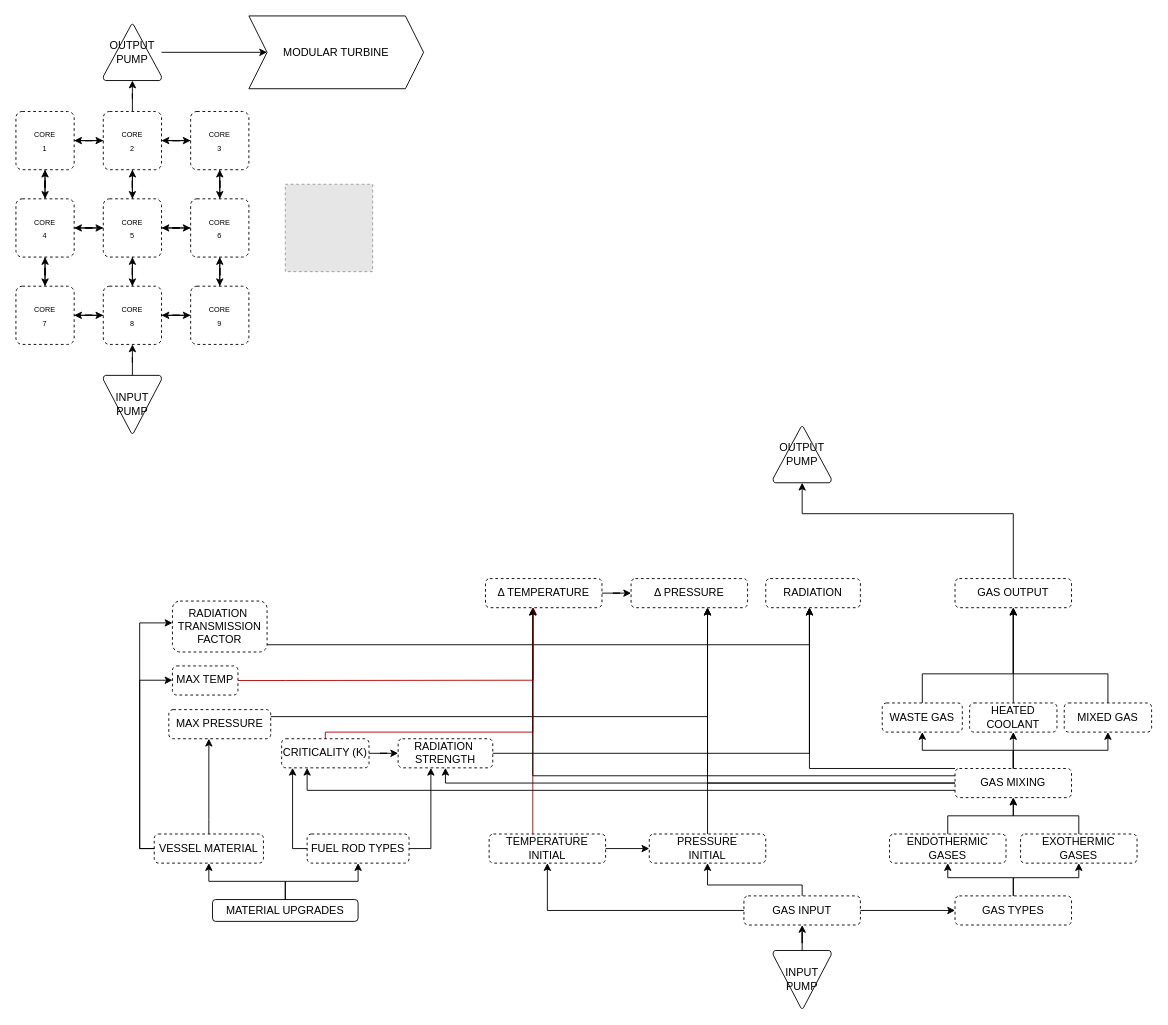
The draw.io diagram page "Page-1" (2 of 2) of Modular_Reactor_Planning.drawio in DoctorSquishy/SS13_Modular_Reactor, before the edit. Source tidied: cells renumbered, new cells numbered last; positions are measured from the earlier drawing's top-left corner, leaving out a move shared by most shapes. Both pictures are drawn from the tidied source at 91%, with x=0, y=0 at pixel (15, 15). Pictures stored in the file or linked from it are replaced by grey dashed boxes.
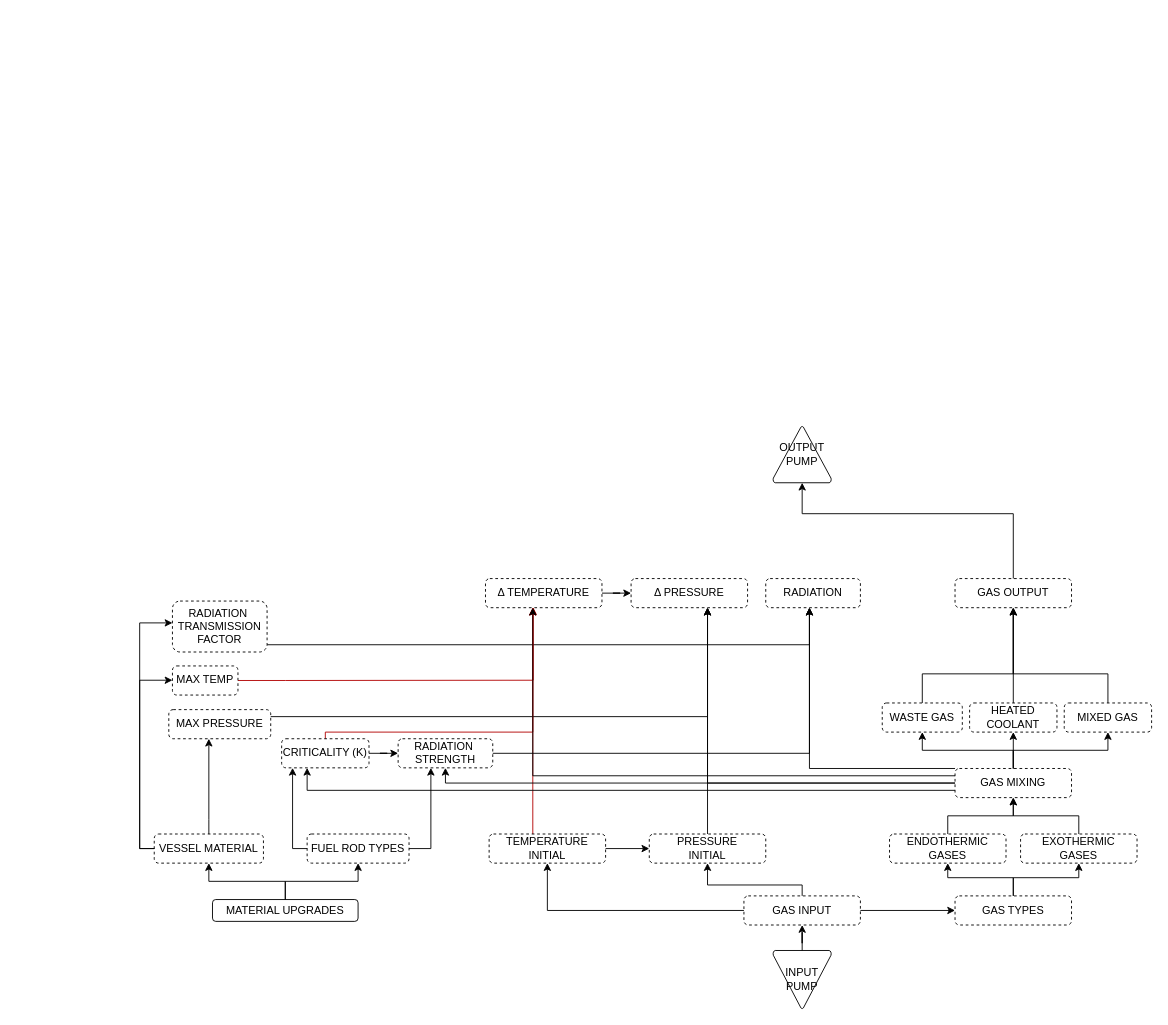
Above is the later version.

Diff of the diagram source:
```diff
@@
-    <mxCell id="2" style="fillColor=#E6E6E6;strokeColor=#999999;dashed=1;verticalLabelPosition=bottom;labelBackgroundColor=default;verticalAlign=top;" parent="1" vertex="1">
-      <mxGeometry x="296" y="185" width="96" height="96" as="geometry" />
-    </mxCell>
-    <mxCell id="3" style="edgeStyle=orthogonalEdgeStyle;rounded=0;jettySize=auto;html=1;" parent="1" edge="1" source="5" target="26">
-      <mxGeometry relative="1" as="geometry" />
-    </mxCell>
-    <mxCell id="4" style="edgeStyle=orthogonalEdgeStyle;rounded=0;jettySize=auto;html=1;" parent="1" edge="1" source="5" target="10">
-      <mxGeometry relative="1" as="geometry" />
-    </mxCell>
-    <mxCell id="5" value="&lt;div&gt;&lt;font style=&quot;font-size: 8px;&quot;&gt;CORE&lt;/font&gt;&lt;/div&gt;&lt;div&gt;&lt;font style=&quot;font-size: 8px;&quot;&gt;3&lt;br&gt;&lt;/font&gt;&lt;/div&gt;" style="rounded=1;whiteSpace=wrap;html=1;absoluteArcSize=1;arcSize=14;strokeWidth=1;fillColor=none;shadow=0;glass=0;strokeColor=default;dashed=1;fillStyle=auto;gradientColor=none;" parent="1" vertex="1">
-      <mxGeometry x="192" y="105" width="64" height="64" as="geometry" />
-    </mxCell>
-    <mxCell id="6" style="edgeStyle=orthogonalEdgeStyle;rounded=0;jettySize=auto;html=1;" parent="1" edge="1" source="10" target="5">
-      <mxGeometry relative="1" as="geometry" />
-    </mxCell>
-    <mxCell id="7" style="edgeStyle=orthogonalEdgeStyle;rounded=0;jettySize=auto;html=1;" parent="1" edge="1" source="10" target="13">
-      <mxGeometry relative="1" as="geometry" />
-    </mxCell>
-    <mxCell id="8" style="edgeStyle=orthogonalEdgeStyle;rounded=0;jettySize=auto;html=1;" parent="1" edge="1" source="10" target="37">
-      <mxGeometry relative="1" as="geometry" />
-    </mxCell>
-    <mxCell id="9" style="edgeStyle=orthogonalEdgeStyle;rounded=0;jettySize=auto;html=1;" parent="1" edge="1" source="10" target="22">
-      <mxGeometry relative="1" as="geometry" />
-    </mxCell>
-    <mxCell id="10" value="&lt;div&gt;&lt;font style=&quot;font-size: 8px;&quot;&gt;CORE&lt;/font&gt;&lt;/div&gt;&lt;div&gt;&lt;font style=&quot;font-size: 8px;&quot;&gt;2&lt;br&gt;&lt;/font&gt;&lt;/div&gt;" style="rounded=1;whiteSpace=wrap;html=1;absoluteArcSize=1;arcSize=14;strokeWidth=1;fillColor=none;shadow=0;glass=0;strokeColor=default;dashed=1;fillStyle=auto;gradientColor=none;" parent="1" vertex="1">
-      <mxGeometry x="96" y="105" width="64" height="64" as="geometry" />
-    </mxCell>
-    <mxCell id="11" style="edgeStyle=orthogonalEdgeStyle;rounded=0;jettySize=auto;html=1;" parent="1" edge="1" source="13" target="10">
-      <mxGeometry relative="1" as="geometry" />
-    </mxCell>
-    <mxCell id="12" style="edgeStyle=orthogonalEdgeStyle;rounded=0;jettySize=auto;html=1;" parent="1" edge="1" source="13" target="17">
-      <mxGeometry relative="1" as="geometry" />
-    </mxCell>
-    <mxCell id="13" value="&lt;div&gt;&lt;font style=&quot;font-size: 8px;&quot;&gt;CORE&lt;/font&gt;&lt;/div&gt;&lt;div&gt;&lt;font style=&quot;font-size: 8px;&quot;&gt;1&lt;/font&gt;&lt;/div&gt;" style="rounded=1;whiteSpace=wrap;html=1;absoluteArcSize=1;arcSize=14;strokeWidth=1;fillColor=none;shadow=0;glass=0;strokeColor=default;dashed=1;fillStyle=auto;gradientColor=none;" parent="1" vertex="1">
-      <mxGeometry y="105" width="64" height="64" as="geometry" />
-    </mxCell>
-    <mxCell id="14" style="edgeStyle=orthogonalEdgeStyle;rounded=0;jettySize=auto;html=1;" parent="1" edge="1" source="17" target="22">
-      <mxGeometry relative="1" as="geometry" />
-    </mxCell>
-    <mxCell id="15" style="edgeStyle=orthogonalEdgeStyle;rounded=0;jettySize=auto;html=1;" parent="1" edge="1" source="17" target="29">
-      <mxGeometry relative="1" as="geometry" />
-    </mxCell>
-    <mxCell id="16" style="edgeStyle=orthogonalEdgeStyle;rounded=0;jettySize=auto;html=1;" parent="1" edge="1" source="17" target="13">
-      <mxGeometry relative="1" as="geometry" />
-    </mxCell>
-    <mxCell id="17" value="&lt;div&gt;&lt;font style=&quot;font-size: 8px;&quot;&gt;CORE&lt;/font&gt;&lt;/div&gt;&lt;div&gt;&lt;font style=&quot;font-size: 8px;&quot;&gt;4&lt;br&gt;&lt;/font&gt;&lt;/div&gt;" style="rounded=1;whiteSpace=wrap;html=1;absoluteArcSize=1;arcSize=14;strokeWidth=1;fillColor=none;shadow=0;glass=0;strokeColor=default;dashed=1;fillStyle=auto;gradientColor=none;" parent="1" vertex="1">
-      <mxGeometry y="201" width="64" height="64" as="geometry" />
-    </mxCell>
-    <mxCell id="18" style="edgeStyle=orthogonalEdgeStyle;rounded=0;jettySize=auto;html=1;entryX=0.5;entryY=1;entryDx=0;entryDy=0;" parent="1" edge="1" source="22" target="10">
-      <mxGeometry relative="1" as="geometry" />
-    </mxCell>
-    <mxCell id="19" style="edgeStyle=orthogonalEdgeStyle;rounded=0;jettySize=auto;html=1;entryX=1;entryY=0.5;entryDx=0;entryDy=0;" parent="1" edge="1" source="22" target="17">
-      <mxGeometry relative="1" as="geometry" />
-    </mxCell>
-    <mxCell id="20" style="edgeStyle=orthogonalEdgeStyle;rounded=0;jettySize=auto;html=1;entryX=0;entryY=0.5;entryDx=0;entryDy=0;" parent="1" edge="1" source="22" target="26">
-      <mxGeometry relative="1" as="geometry" />
-    </mxCell>
-    <mxCell id="21" style="edgeStyle=orthogonalEdgeStyle;rounded=0;jettySize=auto;html=1;" parent="1" edge="1" source="22" target="75">
-      <mxGeometry relative="1" as="geometry" />
-    </mxCell>
-    <mxCell id="22" value="&lt;div&gt;&lt;font style=&quot;font-size: 8px;&quot;&gt;CORE&lt;/font&gt;&lt;/div&gt;&lt;div&gt;&lt;font style=&quot;font-size: 8px;&quot;&gt;5&lt;br&gt;&lt;/font&gt;&lt;/div&gt;" style="rounded=1;whiteSpace=wrap;html=1;absoluteArcSize=1;arcSize=14;strokeWidth=1;fillColor=none;shadow=0;glass=0;strokeColor=default;dashed=1;fillStyle=auto;gradientColor=none;" parent="1" vertex="1">
-      <mxGeometry x="96" y="201" width="64" height="64" as="geometry" />
-    </mxCell>
-    <mxCell id="23" style="edgeStyle=orthogonalEdgeStyle;rounded=0;jettySize=auto;html=1;entryX=1;entryY=0.5;entryDx=0;entryDy=0;" parent="1" edge="1" source="26" target="22">
-      <mxGeometry relative="1" as="geometry" />
-    </mxCell>
-    <mxCell id="24" style="edgeStyle=orthogonalEdgeStyle;rounded=0;jettySize=auto;html=1;" parent="1" edge="1" source="26" target="32">
-      <mxGeometry relative="1" as="geometry" />
-    </mxCell>
-    <mxCell id="25" style="edgeStyle=orthogonalEdgeStyle;rounded=0;jettySize=auto;html=1;" parent="1" edge="1" source="26" target="5">
-      <mxGeometry relative="1" as="geometry" />
-    </mxCell>
-    <mxCell id="26" value="&lt;div&gt;&lt;font style=&quot;font-size: 8px;&quot;&gt;CORE&lt;/font&gt;&lt;/div&gt;&lt;div&gt;&lt;font style=&quot;font-size: 8px;&quot;&gt;6&lt;br&gt;&lt;/font&gt;&lt;/div&gt;" style="rounded=1;whiteSpace=wrap;html=1;absoluteArcSize=1;arcSize=14;strokeWidth=1;fillColor=none;shadow=0;glass=0;strokeColor=default;dashed=1;fillStyle=auto;gradientColor=none;" parent="1" vertex="1">
-      <mxGeometry x="192" y="201" width="64" height="64" as="geometry" />
-    </mxCell>
-    <mxCell id="27" style="edgeStyle=orthogonalEdgeStyle;rounded=0;jettySize=auto;html=1;" parent="1" edge="1" source="29" target="17">
-      <mxGeometry relative="1" as="geometry" />
-    </mxCell>
-    <mxCell id="28" style="edgeStyle=orthogonalEdgeStyle;rounded=0;jettySize=auto;html=1;" parent="1" edge="1" source="29" target="75">
-      <mxGeometry relative="1" as="geometry" />
-    </mxCell>
-    <mxCell id="29" value="&lt;div&gt;&lt;font style=&quot;font-size: 8px;&quot;&gt;CORE&lt;/font&gt;&lt;/div&gt;&lt;div&gt;&lt;font style=&quot;font-size: 8px;&quot;&gt;7&lt;br&gt;&lt;/font&gt;&lt;/div&gt;" style="rounded=1;whiteSpace=wrap;html=1;absoluteArcSize=1;arcSize=14;strokeWidth=1;fillColor=none;shadow=0;glass=0;strokeColor=default;dashed=1;fillStyle=auto;gradientColor=none;" parent="1" vertex="1">
-      <mxGeometry y="297" width="64" height="64" as="geometry" />
-    </mxCell>
-    <mxCell id="30" style="edgeStyle=orthogonalEdgeStyle;rounded=0;jettySize=auto;html=1;" parent="1" edge="1" source="32" target="26">
-      <mxGeometry relative="1" as="geometry" />
-    </mxCell>
-    <mxCell id="31" style="edgeStyle=orthogonalEdgeStyle;rounded=0;jettySize=auto;html=1;" parent="1" edge="1" source="32" target="75">
-      <mxGeometry relative="1" as="geometry" />
-    </mxCell>
-    <mxCell id="32" value="&lt;div&gt;&lt;font style=&quot;font-size: 8px;&quot;&gt;CORE&lt;/font&gt;&lt;/div&gt;&lt;div&gt;&lt;font style=&quot;font-size: 8px;&quot;&gt;9&lt;br&gt;&lt;/font&gt;&lt;/div&gt;" style="rounded=1;whiteSpace=wrap;html=1;absoluteArcSize=1;arcSize=14;strokeWidth=1;fillColor=none;shadow=0;glass=0;strokeColor=default;dashed=1;fillStyle=auto;gradientColor=none;" parent="1" vertex="1">
-      <mxGeometry x="192" y="297" width="64" height="64" as="geometry" />
-    </mxCell>
@@
-    <mxCell id="36" style="edgeStyle=orthogonalEdgeStyle;rounded=0;jettySize=auto;html=1;" parent="1" edge="1" source="37" target="100">
-      <mxGeometry relative="1" as="geometry" />
-    </mxCell>
-    <mxCell id="37" value="OUTPUT PUMP" style="strokeWidth=1;html=1;shape=mxgraph.flowchart.extract_or_measurement;whiteSpace=wrap;strokeColor=light-dark(#000000,#660000);fillColor=none;" parent="1" vertex="1">
-      <mxGeometry x="96" y="9" width="64" height="62" as="geometry" />
-    </mxCell>
@@
-    <mxCell id="72" style="edgeStyle=orthogonalEdgeStyle;rounded=0;jettySize=auto;html=1;" parent="1" edge="1" source="75" target="32">
-      <mxGeometry relative="1" as="geometry" />
-    </mxCell>
-    <mxCell id="73" style="edgeStyle=orthogonalEdgeStyle;rounded=0;jettySize=auto;html=1;" parent="1" edge="1" source="75" target="29">
-      <mxGeometry relative="1" as="geometry" />
-    </mxCell>
-    <mxCell id="74" style="edgeStyle=orthogonalEdgeStyle;rounded=0;jettySize=auto;html=1;" parent="1" edge="1" source="75" target="22">
-      <mxGeometry relative="1" as="geometry" />
-    </mxCell>
-    <mxCell id="75" value="&lt;div&gt;&lt;font style=&quot;font-size: 8px;&quot;&gt;CORE&lt;/font&gt;&lt;/div&gt;&lt;div&gt;&lt;font style=&quot;font-size: 8px;&quot;&gt;8&lt;br&gt;&lt;/font&gt;&lt;/div&gt;" style="rounded=1;whiteSpace=wrap;html=1;absoluteArcSize=1;arcSize=14;strokeWidth=1;fillColor=none;shadow=0;glass=0;strokeColor=default;dashed=1;fillStyle=auto;gradientColor=none;" parent="1" vertex="1">
-      <mxGeometry x="96" y="297" width="64" height="64" as="geometry" />
-    </mxCell>
-    <mxCell id="76" style="edgeStyle=orthogonalEdgeStyle;rounded=0;jettySize=auto;html=1;" parent="1" edge="1" source="77" target="75">
-      <mxGeometry relative="1" as="geometry" />
-    </mxCell>
-    <mxCell id="77" value="&lt;div align=&quot;center&quot;&gt;&lt;font&gt;&lt;span style=&quot;color: light-dark(rgb(0, 0, 0), rgb(255, 255, 255));&quot;&gt;INPUT&lt;/span&gt;&lt;/font&gt;&lt;/div&gt;&lt;div align=&quot;center&quot;&gt;&lt;font&gt;&lt;span style=&quot;color: light-dark(rgb(0, 0, 0), rgb(255, 255, 255));&quot;&gt;PUMP&lt;/span&gt;&lt;/font&gt;&lt;/div&gt;" style="strokeWidth=1;html=1;shape=mxgraph.flowchart.merge_or_storage;whiteSpace=wrap;align=center;fillColor=none;strokeColor=light-dark(#000000,#007FFF);" parent="1" vertex="1">
-      <mxGeometry x="96" y="395" width="64" height="64" as="geometry" />
-    </mxCell>
@@
-    <mxCell id="100" value="MODULAR TURBINE" style="shape=step;perimeter=stepPerimeter;whiteSpace=wrap;html=1;fixedSize=1;fillColor=none;" parent="1" vertex="1">
-      <mxGeometry x="256" width="192" height="80" as="geometry" />
-    </mxCell>
```
